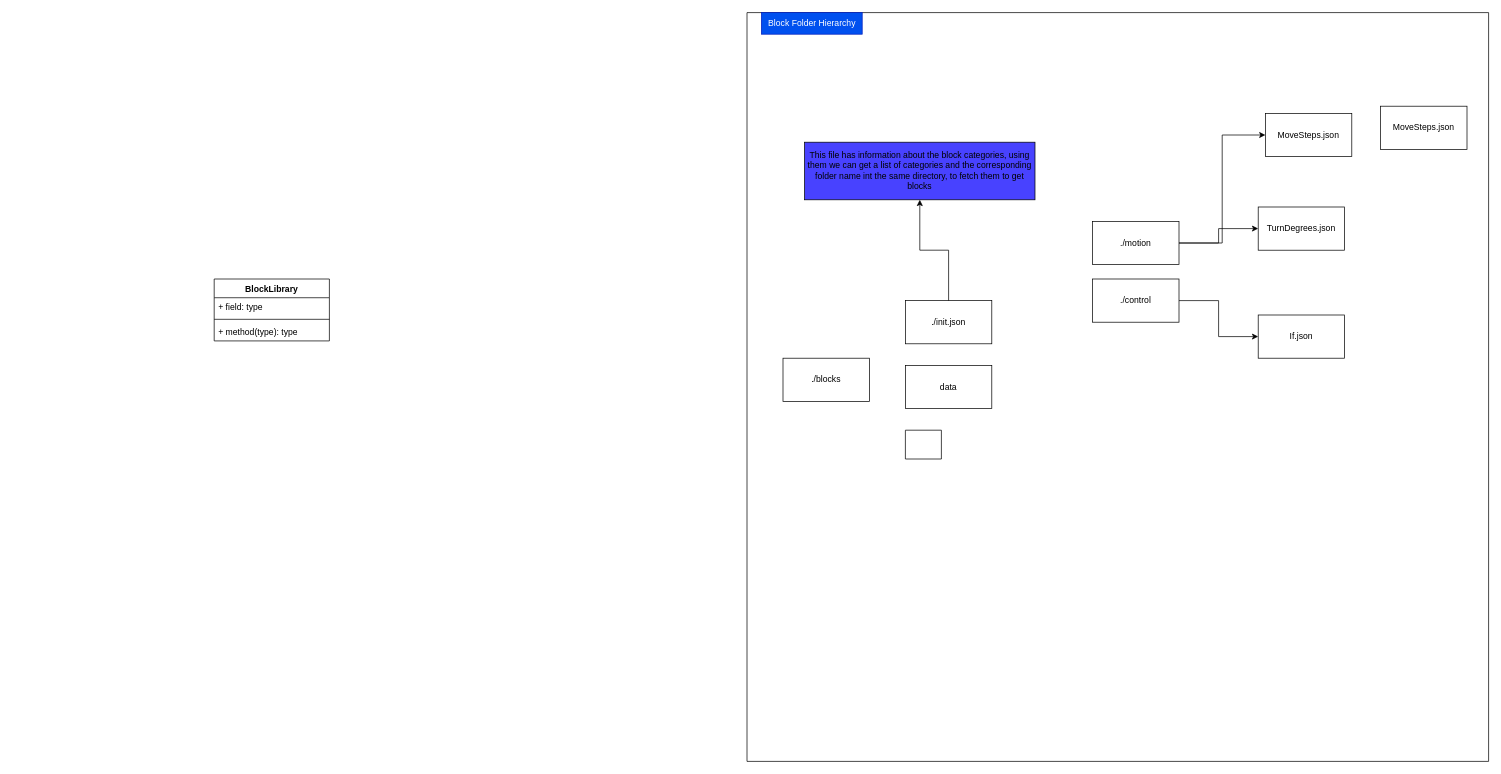
Earlier version of the draw.io diagram design/Model Layer.drawio (omardoescode/Crafty). Source tidied: cells renumbered, new cells numbered last; positions are measured from the earlier drawing's top-left corner, leaving out a move shared by most shapes. Both pictures are drawn from the tidied source at 72%, with x=0, y=0 at pixel (214, 12).
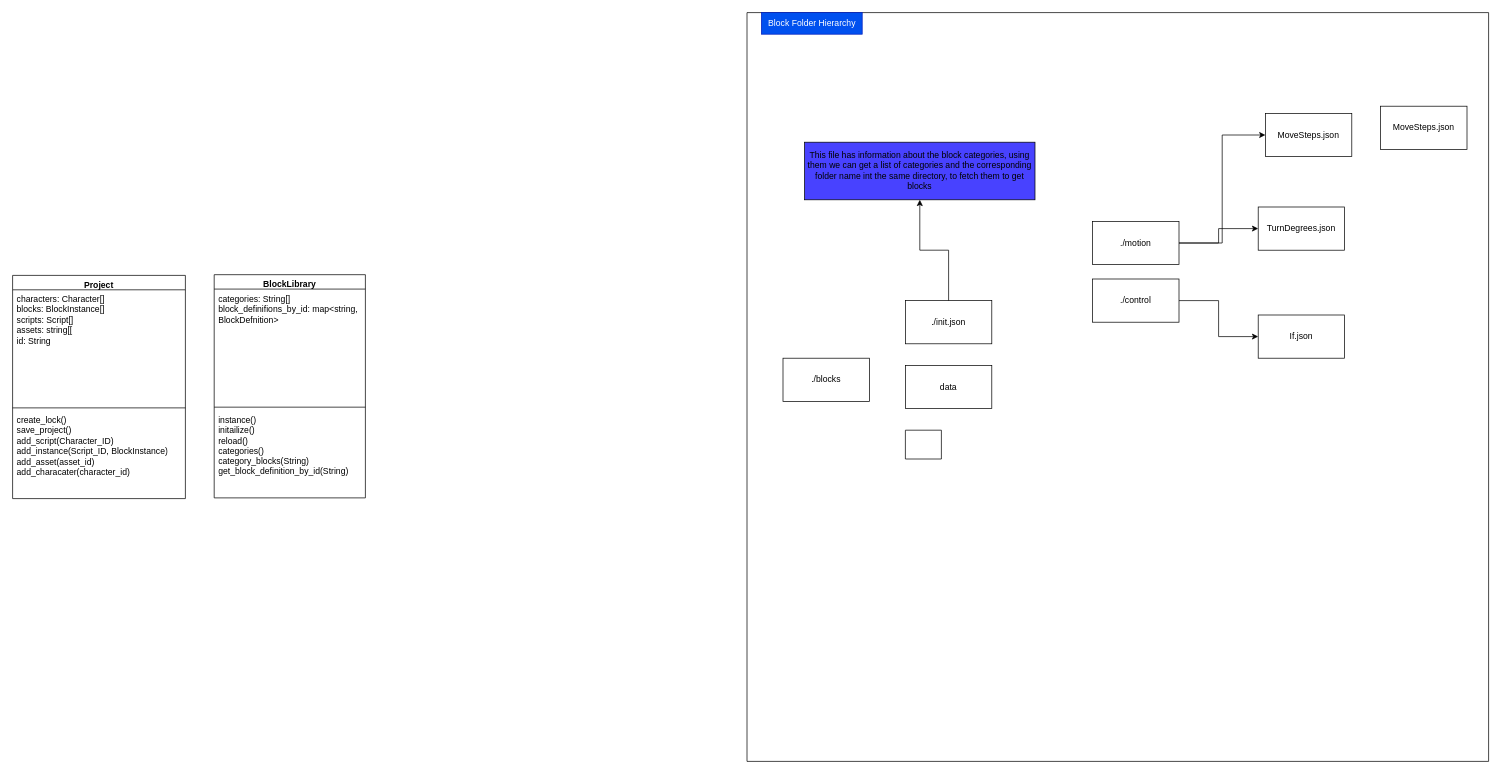
Above is the later version.

Commit message:
chore: update the model layer design

Diff of the diagram source:
```diff
@@
-    <mxCell id="2" value="BlockLibrary&lt;div&gt;&lt;br&gt;&lt;/div&gt;" style="swimlane;fontStyle=1;align=center;verticalAlign=top;horizontal=1;startSize=26;whiteSpace=wrap;html=1;" parent="1" vertex="1">
-      <mxGeometry y="370" width="160" height="86" as="geometry" />
+    <mxCell id="2" value="BlockLibrary&lt;div&gt;&lt;br&gt;&lt;/div&gt;" style="swimlane;fontStyle=1;align=center;verticalAlign=top;horizontal=1;startSize=20;whiteSpace=wrap;html=1;" parent="1" vertex="1">
+      <mxGeometry y="364" width="210" height="310" as="geometry" />
     </mxCell>
-    <mxCell id="3" value="+ field: type" style="text;strokeColor=none;fillColor=none;align=left;verticalAlign=top;spacingLeft=4;spacingRight=4;overflow=hidden;whiteSpace=wrap;html=1;" parent="2" vertex="1">
-      <mxGeometry y="26" width="160" height="26" as="geometry" />
+    <mxCell id="3" value="categories: String[]&lt;div&gt;block_definifions_by_id: map&amp;lt;string, BlockDefnition&amp;gt;&lt;/div&gt;" style="text;strokeColor=none;fillColor=none;align=left;verticalAlign=top;spacingLeft=4;spacingRight=4;overflow=hidden;whiteSpace=wrap;html=1;" parent="2" vertex="1">
+      <mxGeometry y="20" width="210" height="160" as="geometry" />
     </mxCell>
     <mxCell id="4" style="line;strokeWidth=1;fillColor=none;align=left;verticalAlign=middle;spacingTop=-1;spacingLeft=3;spacingRight=3;labelPosition=right;strokeColor=inherit;" parent="2" vertex="1">
-      <mxGeometry y="52" width="160" height="8" as="geometry" />
+      <mxGeometry y="180" width="210" height="8" as="geometry" />
     </mxCell>
-    <mxCell id="5" value="+ method(type): type" style="text;strokeColor=none;fillColor=none;align=left;verticalAlign=top;spacingLeft=4;spacingRight=4;overflow=hidden;whiteSpace=wrap;html=1;" parent="2" vertex="1">
-      <mxGeometry y="60" width="160" height="26" as="geometry" />
+    <mxCell id="5" value="instance()&lt;br&gt;initailize()&lt;div&gt;reload()&lt;br&gt;categories()&lt;/div&gt;&lt;div&gt;category_blocks(String)&lt;/div&gt;&lt;div&gt;get_block_definition_by_id(String)&lt;/div&gt;" style="text;strokeColor=none;fillColor=none;align=left;verticalAlign=top;spacingLeft=4;spacingRight=4;overflow=hidden;whiteSpace=wrap;html=1;" parent="2" vertex="1">
+      <mxGeometry y="188" width="210" height="122" as="geometry" />
     </mxCell>
@@
+    <mxCell id="23" value="&lt;div&gt;Project&lt;/div&gt;" style="swimlane;fontStyle=1;align=center;verticalAlign=top;horizontal=1;startSize=20;whiteSpace=wrap;html=1;" parent="1" vertex="1">
+      <mxGeometry x="-280" y="365" width="240" height="310" as="geometry" />
+    </mxCell>
+    <mxCell id="24" value="characters: Character[]&lt;div&gt;blocks: BlockInstance[]&lt;/div&gt;&lt;div&gt;scripts: Script[]&lt;/div&gt;&lt;div&gt;assets: string[[&lt;br&gt;id: String&lt;/div&gt;&lt;div&gt;&lt;br&gt;&lt;/div&gt;" style="text;strokeColor=none;fillColor=none;align=left;verticalAlign=top;spacingLeft=4;spacingRight=4;overflow=hidden;whiteSpace=wrap;html=1;" parent="23" vertex="1">
+      <mxGeometry y="20" width="240" height="160" as="geometry" />
+    </mxCell>
+    <mxCell id="25" style="line;strokeWidth=1;fillColor=none;align=left;verticalAlign=middle;spacingTop=-1;spacingLeft=3;spacingRight=3;labelPosition=right;strokeColor=inherit;" parent="23" vertex="1">
+      <mxGeometry y="180" width="240" height="8" as="geometry" />
+    </mxCell>
+    <mxCell id="26" value="create_lock()&lt;div&gt;save_project()&lt;/div&gt;&lt;div&gt;add_script(Character_ID)&lt;/div&gt;&lt;div&gt;add_instance(Script_ID, BlockInstance)&lt;/div&gt;&lt;div&gt;add_asset(asset_id)&lt;/div&gt;&lt;div&gt;add_characater(character_id)&lt;/div&gt;" style="text;strokeColor=none;fillColor=none;align=left;verticalAlign=top;spacingLeft=4;spacingRight=4;overflow=hidden;whiteSpace=wrap;html=1;" parent="23" vertex="1">
+      <mxGeometry y="188" width="240" height="122" as="geometry" />
+    </mxCell>
```
